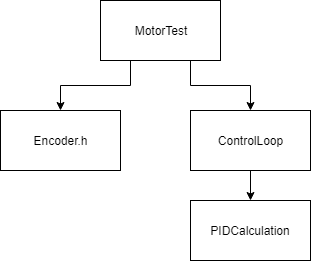
Earlier version of the draw.io export documentation/tech-design/images/MotorcontrollerArchitecture.png (eymas/WillyTheRobot). Source tidied: cells renumbered, new cells last; positions are measured from the earlier drawing's top-left corner, leaving out a move shared by most shapes.
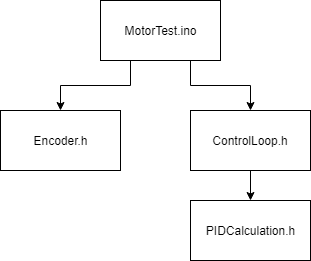
After the change.

Commit message:
updated motorcontroller architecture, added images, added discriptions

Diff of the diagram source:
```diff
@@ -8,7 +8,7 @@
     <mxCell id="3" style="edgeStyle=orthogonalEdgeStyle;rounded=0;jettySize=auto;html=1;exitX=0.75;exitY=1;exitDx=0;exitDy=0;entryX=0.5;entryY=0;entryDx=0;entryDy=0;" parent="1" edge="1" source="4" target="7">
       <mxGeometry relative="1" as="geometry" />
     </mxCell>
-    <mxCell id="4" value="MotorTest&lt;br&gt;" style="rounded=0;whiteSpace=wrap;html=1;" parent="1" vertex="1">
+    <mxCell id="4" value="MotorTest.ino&lt;br&gt;" style="rounded=0;whiteSpace=wrap;html=1;" parent="1" vertex="1">
       <mxGeometry x="100" width="120" height="60" as="geometry" />
     </mxCell>
     <mxCell id="5" value="Encoder.h" style="rounded=0;whiteSpace=wrap;html=1;" parent="1" vertex="1">
@@ -17,10 +17,10 @@
     <mxCell id="6" style="edgeStyle=orthogonalEdgeStyle;rounded=0;jettySize=auto;html=1;exitX=0.5;exitY=1;exitDx=0;exitDy=0;entryX=0.5;entryY=0;entryDx=0;entryDy=0;" parent="1" edge="1" source="7" target="8">
       <mxGeometry relative="1" as="geometry" />
     </mxCell>
-    <mxCell id="7" value="ControlLoop" style="rounded=0;whiteSpace=wrap;html=1;" parent="1" vertex="1">
+    <mxCell id="7" value="ControlLoop.h" style="rounded=0;whiteSpace=wrap;html=1;" parent="1" vertex="1">
       <mxGeometry x="190" y="110" width="120" height="60" as="geometry" />
     </mxCell>
-    <mxCell id="8" value="PIDCalculation" style="rounded=0;whiteSpace=wrap;html=1;" parent="1" vertex="1">
+    <mxCell id="8" value="PIDCalculation.h" style="rounded=0;whiteSpace=wrap;html=1;" parent="1" vertex="1">
       <mxGeometry x="190" y="200" width="120" height="60" as="geometry" />
     </mxCell>
   </root>
```
